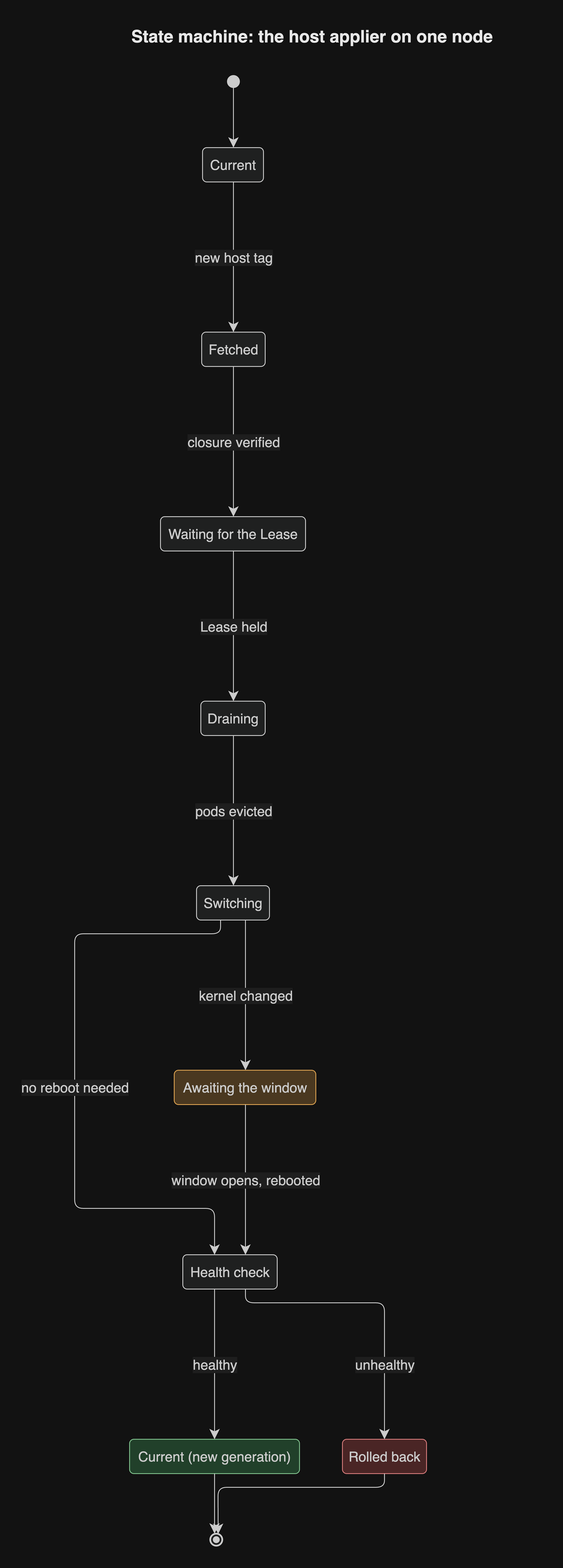
Above: docs/diagrams/png/state-host-applier.png in JorisJonkers-dev/estate-kit (draw.io), before the change. Source tidied: cells renumbered, new cells last; positions are measured from the earlier drawing's top-left corner, leaving out a move shared by most shapes.
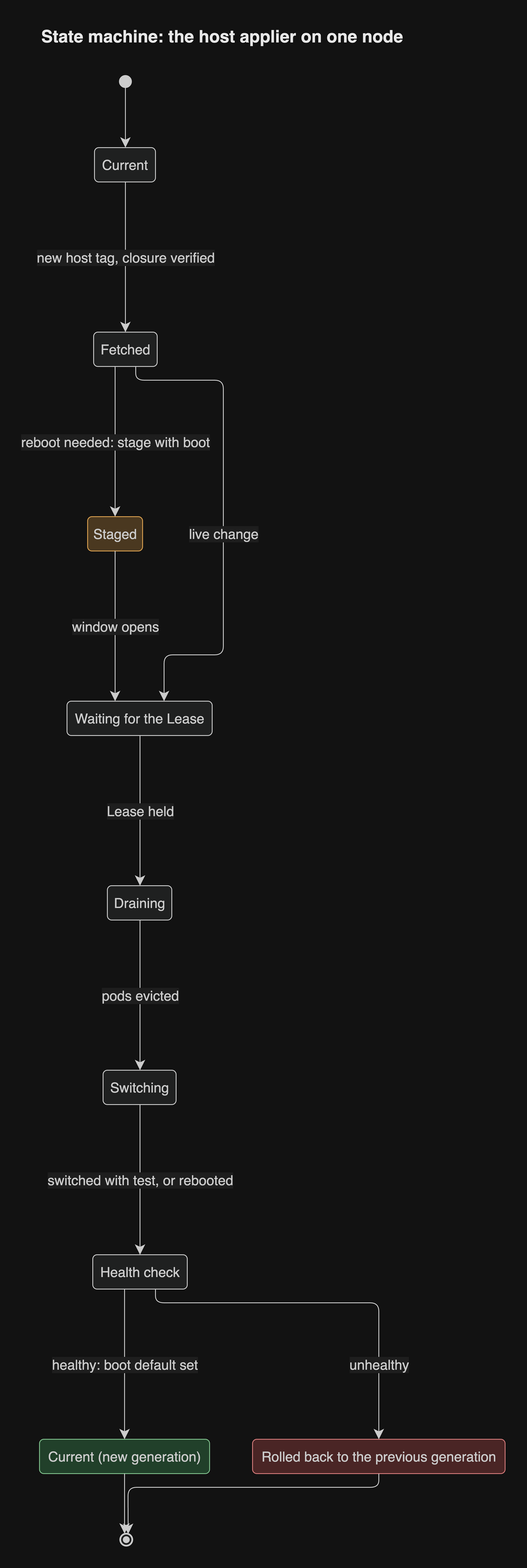
The same diagram one commit later.

Diff of the diagram source:
```diff
@@ -3,131 +3,131 @@
     <mxCell id="0" />
     <mxCell id="1" parent="0" />
     <mxCell id="2" value="Waiting for the Lease" style="rounded=1;absoluteArcSize=1;arcSize=10;html=1;whiteSpace=wrap;strokeWidth=1;fillColor=light-dark(#ECECFF,#1f2020);strokeColor=light-dark(#9370DB,#cccccc);fontColor=light-dark(#333333,#cccccc);fontSize=16;fontFamily=Helvetica;" parent="1" vertex="1">
-      <mxGeometry x="100" y="578" width="169" height="40" as="geometry" />
+      <mxGeometry x="-6" y="793" width="169" height="40" as="geometry" />
     </mxCell>
-    <mxCell id="3" value="Awaiting the window" style="rounded=1;absoluteArcSize=1;arcSize=10;html=1;whiteSpace=wrap;strokeWidth=1;fillColor=light-dark(#ffe6cc,#4a3820);strokeColor=light-dark(#d79b00,#d9a050);fontColor=light-dark(#333333,#cccccc);fontSize=16;fontFamily=Helvetica;" parent="1" vertex="1">
-      <mxGeometry x="116" y="1223" width="165" height="40" as="geometry" />
+    <mxCell id="3" value="Health check" style="rounded=1;absoluteArcSize=1;arcSize=10;html=1;whiteSpace=wrap;strokeWidth=1;fillColor=light-dark(#ECECFF,#1f2020);strokeColor=light-dark(#9370DB,#cccccc);fontColor=light-dark(#333333,#cccccc);fontSize=16;fontFamily=Helvetica;" parent="1" vertex="1">
+      <mxGeometry x="24" y="1438" width="110" height="40" as="geometry" />
     </mxCell>
-    <mxCell id="4" value="Health check" style="rounded=1;absoluteArcSize=1;arcSize=10;html=1;whiteSpace=wrap;strokeWidth=1;fillColor=light-dark(#ECECFF,#1f2020);strokeColor=light-dark(#9370DB,#cccccc);fontColor=light-dark(#333333,#cccccc);fontSize=16;fontFamily=Helvetica;" parent="1" vertex="1">
-      <mxGeometry x="126" y="1438" width="110" height="40" as="geometry" />
+    <mxCell id="4" value="Current (new generation)" style="rounded=1;absoluteArcSize=1;arcSize=10;html=1;whiteSpace=wrap;strokeWidth=1;fillColor=light-dark(#d5e8d4,#21402a);strokeColor=light-dark(#82b366,#7fc08c);fontColor=light-dark(#333333,#cccccc);fontSize=16;fontFamily=Helvetica;" parent="1" vertex="1">
+      <mxGeometry x="-38" y="1653" width="198" height="40" as="geometry" />
     </mxCell>
-    <mxCell id="5" value="Current (new generation)" style="rounded=1;absoluteArcSize=1;arcSize=10;html=1;whiteSpace=wrap;strokeWidth=1;fillColor=light-dark(#d5e8d4,#21402a);strokeColor=light-dark(#82b366,#7fc08c);fontColor=light-dark(#333333,#cccccc);fontSize=16;fontFamily=Helvetica;" parent="1" vertex="1">
-      <mxGeometry x="64" y="1653" width="198" height="40" as="geometry" />
+    <mxCell id="5" value="Rolled back to the previous generation" style="rounded=1;absoluteArcSize=1;arcSize=10;html=1;whiteSpace=wrap;strokeWidth=1;fillColor=light-dark(#f8cecc,#4a2525);strokeColor=light-dark(#b85450,#d47a7a);fontColor=light-dark(#333333,#cccccc);fontSize=16;fontFamily=Helvetica;" parent="1" vertex="1">
+      <mxGeometry x="210" y="1653" width="294" height="40" as="geometry" />
     </mxCell>
-    <mxCell id="6" value="Rolled back" style="rounded=1;absoluteArcSize=1;arcSize=10;html=1;whiteSpace=wrap;strokeWidth=1;fillColor=light-dark(#f8cecc,#4a2525);strokeColor=light-dark(#b85450,#d47a7a);fontColor=light-dark(#333333,#cccccc);fontSize=16;fontFamily=Helvetica;" parent="1" vertex="1">
-      <mxGeometry x="312" y="1653" width="98" height="40" as="geometry" />
+    <mxCell id="6" style="ellipse;html=1;fillColor=light-dark(#333333,#cccccc);strokeColor=light-dark(#333333,#cccccc);fontColor=light-dark(#333333,#cccccc);fontSize=16;fontFamily=Helvetica;" parent="1" vertex="1">
+      <mxGeometry x="55" y="64" width="14" height="14" as="geometry" />
     </mxCell>
-    <mxCell id="7" style="ellipse;html=1;fillColor=light-dark(#333333,#cccccc);strokeColor=light-dark(#333333,#cccccc);fontColor=light-dark(#333333,#cccccc);fontSize=16;fontFamily=Helvetica;" parent="1" vertex="1">
-      <mxGeometry x="178" y="64" width="14" height="14" as="geometry" />
+    <mxCell id="7" value="Current" style="rounded=1;absoluteArcSize=1;arcSize=10;html=1;whiteSpace=wrap;strokeWidth=1;fillColor=light-dark(#ECECFF,#1f2020);strokeColor=light-dark(#9370DB,#cccccc);fontColor=light-dark(#333333,#cccccc);fontSize=16;fontFamily=Helvetica;" parent="1" vertex="1">
+      <mxGeometry x="26" y="148" width="71" height="40" as="geometry" />
     </mxCell>
-    <mxCell id="8" value="Current" style="rounded=1;absoluteArcSize=1;arcSize=10;html=1;whiteSpace=wrap;strokeWidth=1;fillColor=light-dark(#ECECFF,#1f2020);strokeColor=light-dark(#9370DB,#cccccc);fontColor=light-dark(#333333,#cccccc);fontSize=16;fontFamily=Helvetica;" parent="1" vertex="1">
-      <mxGeometry x="149" y="148" width="71" height="40" as="geometry" />
+    <mxCell id="8" value="Fetched" style="rounded=1;absoluteArcSize=1;arcSize=10;html=1;whiteSpace=wrap;strokeWidth=1;fillColor=light-dark(#ECECFF,#1f2020);strokeColor=light-dark(#9370DB,#cccccc);fontColor=light-dark(#333333,#cccccc);fontSize=16;fontFamily=Helvetica;" parent="1" vertex="1">
+      <mxGeometry x="25" y="363" width="74" height="40" as="geometry" />
     </mxCell>
-    <mxCell id="9" value="Fetched" style="rounded=1;absoluteArcSize=1;arcSize=10;html=1;whiteSpace=wrap;strokeWidth=1;fillColor=light-dark(#ECECFF,#1f2020);strokeColor=light-dark(#9370DB,#cccccc);fontColor=light-dark(#333333,#cccccc);fontSize=16;fontFamily=Helvetica;" parent="1" vertex="1">
-      <mxGeometry x="148" y="363" width="74" height="40" as="geometry" />
+    <mxCell id="9" value="Staged" style="rounded=1;absoluteArcSize=1;arcSize=10;html=1;whiteSpace=wrap;strokeWidth=1;fillColor=light-dark(#ffe6cc,#4a3820);strokeColor=light-dark(#d79b00,#d9a050);fontColor=light-dark(#333333,#cccccc);fontSize=16;fontFamily=Helvetica;" parent="1" vertex="1">
+      <mxGeometry x="18" y="578" width="64" height="40" as="geometry" />
     </mxCell>
     <mxCell id="10" value="Draining" style="rounded=1;absoluteArcSize=1;arcSize=10;html=1;whiteSpace=wrap;strokeWidth=1;fillColor=light-dark(#ECECFF,#1f2020);strokeColor=light-dark(#9370DB,#cccccc);fontColor=light-dark(#333333,#cccccc);fontSize=16;fontFamily=Helvetica;" parent="1" vertex="1">
-      <mxGeometry x="147" y="793" width="75" height="40" as="geometry" />
+      <mxGeometry x="41" y="1008" width="75" height="40" as="geometry" />
     </mxCell>
     <mxCell id="11" value="Switching" style="rounded=1;absoluteArcSize=1;arcSize=10;html=1;whiteSpace=wrap;strokeWidth=1;fillColor=light-dark(#ECECFF,#1f2020);strokeColor=light-dark(#9370DB,#cccccc);fontColor=light-dark(#333333,#cccccc);fontSize=16;fontFamily=Helvetica;" parent="1" vertex="1">
-      <mxGeometry x="142" y="1008" width="85" height="40" as="geometry" />
+      <mxGeometry x="36" y="1223" width="85" height="40" as="geometry" />
     </mxCell>
     <mxCell id="12" style="ellipse;html=1;fillColor=light-dark(#ECECFF,#1f2020);strokeColor=light-dark(#333333,#cccccc);strokeWidth=2;centerRadius=4;centerColor=light-dark(#9370DB,#cccccc);fontColor=light-dark(#333333,#cccccc);fontSize=16;fontFamily=Helvetica;" parent="1" vertex="1">
-      <mxGeometry x="158" y="1763" width="14" height="14" as="geometry" />
+      <mxGeometry x="56" y="1763" width="14" height="14" as="geometry" />
     </mxCell>
-    <mxCell id="13" style="curved=0;startArrow=none;endArrow=classic;endSize=9;fillColor=none;strokeColor=light-dark(#333333,#cccccc);rounded=1;exitX=0.5;exitY=1;entryX=0.507;entryY=0;edgeStyle=orthogonalEdgeStyle;fontFamily=Helvetica;" parent="1" edge="1" source="7" target="8">
+    <mxCell id="13" style="curved=0;startArrow=none;endArrow=classic;endSize=9;fillColor=none;strokeColor=light-dark(#333333,#cccccc);rounded=1;exitX=0.5;exitY=1;entryX=0.507;entryY=0;edgeStyle=orthogonalEdgeStyle;fontFamily=Helvetica;" parent="1" edge="1" source="6" target="7">
       <mxGeometry relative="1" as="geometry">
         <Array as="points">
-          <mxPoint x="185" y="113" />
+          <mxPoint x="62" y="113" />
         </Array>
       </mxGeometry>
     </mxCell>
-    <mxCell id="14" value="new host tag" style="curved=0;startArrow=none;endArrow=classic;endSize=9;fillColor=none;strokeColor=light-dark(#333333,#cccccc);html=1;fontSize=16;fontColor=light-dark(#333333,#cccccc);rounded=1;exitX=0.507;exitY=1;entryX=0.5;entryY=0;edgeStyle=orthogonalEdgeStyle;fontFamily=Helvetica;labelBackgroundColor=light-dark(#ffffff,#1e1e1e);" parent="1" edge="1" source="8" target="9">
+    <mxCell id="14" value="new host tag, closure verified" style="curved=0;startArrow=none;endArrow=classic;endSize=9;fillColor=none;strokeColor=light-dark(#333333,#cccccc);html=1;fontSize=16;fontColor=light-dark(#333333,#cccccc);rounded=1;exitX=0.507;exitY=1;entryX=0.5;entryY=0;edgeStyle=orthogonalEdgeStyle;fontFamily=Helvetica;labelBackgroundColor=light-dark(#ffffff,#1e1e1e);" parent="1" edge="1" source="7" target="8">
       <mxGeometry relative="1" as="geometry">
         <Array as="points">
-          <mxPoint x="185" y="275.5" />
+          <mxPoint x="62" y="275.5" />
         </Array>
       </mxGeometry>
     </mxCell>
-    <mxCell id="15" value="closure verified" style="curved=0;startArrow=none;endArrow=classic;endSize=9;fillColor=none;strokeColor=light-dark(#333333,#cccccc);html=1;fontSize=16;fontColor=light-dark(#333333,#cccccc);rounded=1;exitX=0.5;exitY=1;entryX=0.503;entryY=0;edgeStyle=orthogonalEdgeStyle;fontFamily=Helvetica;labelBackgroundColor=light-dark(#ffffff,#1e1e1e);" parent="1" edge="1" source="9" target="2">
+    <mxCell id="15" value="reboot needed: stage with boot" style="curved=0;startArrow=none;endArrow=classic;endSize=9;fillColor=none;strokeColor=light-dark(#333333,#cccccc);html=1;fontSize=16;fontColor=light-dark(#333333,#cccccc);rounded=1;exitX=0.3378;exitY=1;entryX=0.5;entryY=0;edgeStyle=orthogonalEdgeStyle;fontFamily=Helvetica;labelBackgroundColor=light-dark(#ffffff,#1e1e1e);" parent="1" edge="1" source="8" target="9">
       <mxGeometry relative="1" as="geometry">
         <Array as="points">
-          <mxPoint x="185" y="490.5" />
+          <mxPoint x="50" y="490.5" />
         </Array>
       </mxGeometry>
     </mxCell>
-    <mxCell id="16" value="Lease held" style="curved=0;startArrow=none;endArrow=classic;endSize=9;fillColor=none;strokeColor=light-dark(#333333,#cccccc);html=1;fontSize=16;fontColor=light-dark(#333333,#cccccc);rounded=1;exitX=0.503;exitY=1;entryX=0.5067;entryY=0;edgeStyle=orthogonalEdgeStyle;fontFamily=Helvetica;labelBackgroundColor=light-dark(#ffffff,#1e1e1e);" parent="1" edge="1" source="2" target="10">
+    <mxCell id="16" value="window opens" style="curved=0;startArrow=none;endArrow=classic;endSize=9;fillColor=none;strokeColor=light-dark(#333333,#cccccc);html=1;fontSize=16;fontColor=light-dark(#333333,#cccccc);rounded=1;exitX=0.5;exitY=1;entryX=0.3314;entryY=0;edgeStyle=orthogonalEdgeStyle;fontFamily=Helvetica;labelBackgroundColor=light-dark(#ffffff,#1e1e1e);" parent="1" edge="1" source="9" target="2">
       <mxGeometry relative="1" as="geometry">
         <Array as="points">
-          <mxPoint x="185" y="705.5" />
+          <mxPoint x="50" y="705.5" />
         </Array>
       </mxGeometry>
     </mxCell>
-    <mxCell id="17" value="pods evicted" style="curved=0;startArrow=none;endArrow=classic;endSize=9;fillColor=none;strokeColor=light-dark(#333333,#cccccc);html=1;fontSize=16;fontColor=light-dark(#333333,#cccccc);rounded=1;exitX=0.5067;exitY=1;entryX=0.5059;entryY=0;edgeStyle=orthogonalEdgeStyle;fontFamily=Helvetica;labelBackgroundColor=light-dark(#ffffff,#1e1e1e);" parent="1" edge="1" source="10" target="11">
+    <mxCell id="17" value="live change" style="curved=0;startArrow=none;endArrow=classic;endSize=9;fillColor=none;strokeColor=light-dark(#333333,#cccccc);html=1;fontSize=16;fontColor=light-dark(#333333,#cccccc);rounded=1;exitX=0.6622;exitY=1;entryX=0.6686;entryY=0;edgeStyle=orthogonalEdgeStyle;fontFamily=Helvetica;labelBackgroundColor=light-dark(#ffffff,#1e1e1e);" parent="1" edge="1" source="8" target="2">
       <mxGeometry relative="1" as="geometry">
         <Array as="points">
-          <mxPoint x="185" y="920.5" />
+          <mxPoint x="74" y="419" />
+          <mxPoint x="176" y="419" />
+          <mxPoint x="176" y="739" />
+          <mxPoint x="107" y="739" />
         </Array>
+        <mxPoint y="16.5" as="offset" />
       </mxGeometry>
     </mxCell>
-    <mxCell id="18" value="no reboot needed" style="curved=0;startArrow=none;endArrow=classic;endSize=9;fillColor=none;strokeColor=light-dark(#333333,#cccccc);html=1;fontSize=16;fontColor=light-dark(#333333,#cccccc);rounded=1;exitX=0.3294;exitY=1;entryX=0.3364;entryY=0;edgeStyle=orthogonalEdgeStyle;fontFamily=Helvetica;labelBackgroundColor=light-dark(#ffffff,#1e1e1e);" parent="1" edge="1" source="11" target="4">
+    <mxCell id="18" value="Lease held" style="curved=0;startArrow=none;endArrow=classic;endSize=9;fillColor=none;strokeColor=light-dark(#333333,#cccccc);html=1;fontSize=16;fontColor=light-dark(#333333,#cccccc);rounded=1;exitX=0.503;exitY=1;entryX=0.5067;entryY=0;edgeStyle=orthogonalEdgeStyle;fontFamily=Helvetica;labelBackgroundColor=light-dark(#ffffff,#1e1e1e);" parent="1" edge="1" source="2" target="10">
       <mxGeometry relative="1" as="geometry">
         <Array as="points">
-          <mxPoint x="170" y="1064" />
-          <mxPoint y="1064" />
-          <mxPoint y="1384" />
-          <mxPoint x="163" y="1384" />
+          <mxPoint x="79" y="920.5" />
         </Array>
-        <mxPoint y="3.5" as="offset" />
       </mxGeometry>
     </mxCell>
-    <mxCell id="19" value="kernel changed" style="curved=0;startArrow=none;endArrow=classic;endSize=9;fillColor=none;strokeColor=light-dark(#333333,#cccccc);html=1;fontSize=16;fontColor=light-dark(#333333,#cccccc);rounded=1;exitX=0.6706;exitY=1;entryX=0.503;entryY=0;edgeStyle=orthogonalEdgeStyle;fontFamily=Helvetica;labelBackgroundColor=light-dark(#ffffff,#1e1e1e);" parent="1" edge="1" source="11" target="3">
+    <mxCell id="19" value="pods evicted" style="curved=0;startArrow=none;endArrow=classic;endSize=9;fillColor=none;strokeColor=light-dark(#333333,#cccccc);html=1;fontSize=16;fontColor=light-dark(#333333,#cccccc);rounded=1;exitX=0.5067;exitY=1;entryX=0.5059;entryY=0;edgeStyle=orthogonalEdgeStyle;fontFamily=Helvetica;labelBackgroundColor=light-dark(#ffffff,#1e1e1e);" parent="1" edge="1" source="10" target="11">
       <mxGeometry relative="1" as="geometry">
         <Array as="points">
-          <mxPoint x="199" y="1135.5" />
+          <mxPoint x="79" y="1135.5" />
         </Array>
       </mxGeometry>
     </mxCell>
-    <mxCell id="20" value="window opens, rebooted" style="curved=0;startArrow=none;endArrow=classic;endSize=9;fillColor=none;strokeColor=light-dark(#333333,#cccccc);html=1;fontSize=16;fontColor=light-dark(#333333,#cccccc);rounded=1;exitX=0.503;exitY=1;entryX=0.6636;entryY=0;edgeStyle=orthogonalEdgeStyle;fontFamily=Helvetica;labelBackgroundColor=light-dark(#ffffff,#1e1e1e);" parent="1" edge="1" source="3" target="4">
+    <mxCell id="20" value="switched with test, or rebooted" style="curved=0;startArrow=none;endArrow=classic;endSize=9;fillColor=none;strokeColor=light-dark(#333333,#cccccc);html=1;fontSize=16;fontColor=light-dark(#333333,#cccccc);rounded=1;exitX=0.5059;exitY=1;entryX=0.5;entryY=0;edgeStyle=orthogonalEdgeStyle;fontFamily=Helvetica;labelBackgroundColor=light-dark(#ffffff,#1e1e1e);" parent="1" edge="1" source="11" target="3">
       <mxGeometry relative="1" as="geometry">
         <Array as="points">
-          <mxPoint x="199" y="1350.5" />
+          <mxPoint x="79" y="1350.5" />
         </Array>
       </mxGeometry>
     </mxCell>
-    <mxCell id="21" value="healthy" style="curved=0;startArrow=none;endArrow=classic;endSize=9;fillColor=none;strokeColor=light-dark(#333333,#cccccc);html=1;fontSize=16;fontColor=light-dark(#333333,#cccccc);rounded=1;exitX=0.3364;exitY=1;entryX=0.5;entryY=0;edgeStyle=orthogonalEdgeStyle;fontFamily=Helvetica;labelBackgroundColor=light-dark(#ffffff,#1e1e1e);" parent="1" edge="1" source="4" target="5">
+    <mxCell id="21" value="healthy: boot default set" style="curved=0;startArrow=none;endArrow=classic;endSize=9;fillColor=none;strokeColor=light-dark(#333333,#cccccc);html=1;fontSize=16;fontColor=light-dark(#333333,#cccccc);rounded=1;exitX=0.3364;exitY=1;entryX=0.5;entryY=0;edgeStyle=orthogonalEdgeStyle;fontFamily=Helvetica;labelBackgroundColor=light-dark(#ffffff,#1e1e1e);" parent="1" edge="1" source="3" target="4">
       <mxGeometry relative="1" as="geometry">
         <Array as="points">
-          <mxPoint x="163" y="1565.5" />
+          <mxPoint x="61" y="1565.5" />
         </Array>
       </mxGeometry>
     </mxCell>
-    <mxCell id="22" value="unhealthy" style="curved=0;startArrow=none;endArrow=classic;endSize=9;fillColor=none;strokeColor=light-dark(#333333,#cccccc);html=1;fontSize=16;fontColor=light-dark(#333333,#cccccc);rounded=1;exitX=0.6636;exitY=1;entryX=0.5;entryY=0;edgeStyle=orthogonalEdgeStyle;fontFamily=Helvetica;labelBackgroundColor=light-dark(#ffffff,#1e1e1e);" parent="1" edge="1" source="4" target="6">
+    <mxCell id="22" value="unhealthy" style="curved=0;startArrow=none;endArrow=classic;endSize=9;fillColor=none;strokeColor=light-dark(#333333,#cccccc);html=1;fontSize=16;fontColor=light-dark(#333333,#cccccc);rounded=1;exitX=0.6636;exitY=1;entryX=0.5;entryY=0;edgeStyle=orthogonalEdgeStyle;fontFamily=Helvetica;labelBackgroundColor=light-dark(#ffffff,#1e1e1e);" parent="1" edge="1" source="3" target="5">
       <mxGeometry relative="1" as="geometry">
         <Array as="points">
-          <mxPoint x="199" y="1494" />
-          <mxPoint x="361" y="1494" />
+          <mxPoint x="97" y="1494" />
+          <mxPoint x="357" y="1494" />
         </Array>
-        <mxPoint x="9.5" y="71.5" as="offset" />
+        <mxPoint x="58.5" y="71.5" as="offset" />
       </mxGeometry>
     </mxCell>
-    <mxCell id="23" style="curved=0;startArrow=none;endArrow=classic;endSize=9;fillColor=none;strokeColor=light-dark(#333333,#cccccc);noEdgeStyle=1;orthogonal=1;rounded=1;exitX=0.5;exitY=1;entryX=0.3571;entryY=0.0208;fontFamily=Helvetica;" parent="1" edge="1" source="5" target="12">
+    <mxCell id="23" style="curved=0;startArrow=none;endArrow=classic;endSize=9;fillColor=none;strokeColor=light-dark(#333333,#cccccc);noEdgeStyle=1;orthogonal=1;rounded=1;exitX=0.5;exitY=1;entryX=0.3571;entryY=0.0208;fontFamily=Helvetica;" parent="1" edge="1" source="4" target="12">
       <mxGeometry relative="1" as="geometry">
         <Array as="points">
-          <mxPoint x="163" y="1763" />
+          <mxPoint x="61" y="1763" />
         </Array>
       </mxGeometry>
     </mxCell>
-    <mxCell id="24" style="curved=0;startArrow=none;endArrow=classic;endSize=9;fillColor=none;strokeColor=light-dark(#333333,#cccccc);noEdgeStyle=1;orthogonal=1;rounded=1;exitX=0.5;exitY=1;entryX=0.6429;entryY=0.0208;fontFamily=Helvetica;" parent="1" edge="1" source="6" target="12">
+    <mxCell id="24" style="curved=0;startArrow=none;endArrow=classic;endSize=9;fillColor=none;strokeColor=light-dark(#333333,#cccccc);noEdgeStyle=1;orthogonal=1;rounded=1;exitX=0.5;exitY=1;entryX=0.6429;entryY=0.0208;fontFamily=Helvetica;" parent="1" edge="1" source="5" target="12">
       <mxGeometry relative="1" as="geometry">
         <Array as="points">
-          <mxPoint x="361" y="1709" />
-          <mxPoint x="167" y="1709" />
+          <mxPoint x="357" y="1709" />
+          <mxPoint x="65" y="1709" />
         </Array>
       </mxGeometry>
     </mxCell>
     <mxCell id="25" value="State machine: the host applier on one node" style="text;html=1;whiteSpace=wrap;align=left;verticalAlign=middle;fontSize=20;fontStyle=1;fontColor=light-dark(#1a1a1a,#e8e8e8);fontFamily=Helvetica;" parent="1" vertex="1">
-      <mxGeometry x="64" width="480" height="36" as="geometry" />
+      <mxGeometry x="-38" width="542" height="36" as="geometry" />
     </mxCell>
   </root>
 </mxGraphModel>
```
